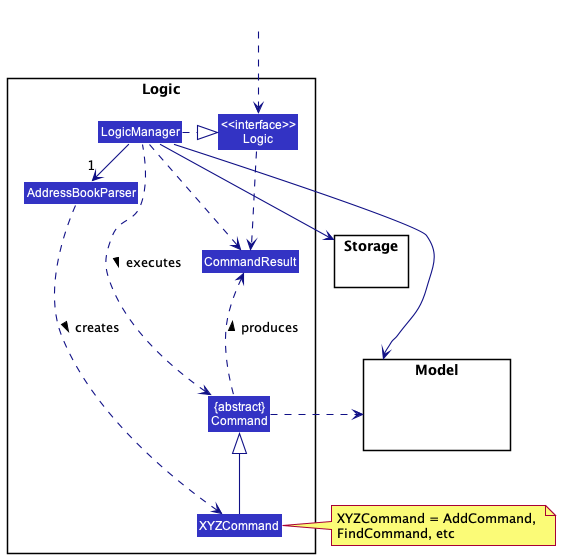
The PlantUML diagram docs/images/LogicClassDiagram.png in nus-cs2103-AY2223S2/tp, before a commit.
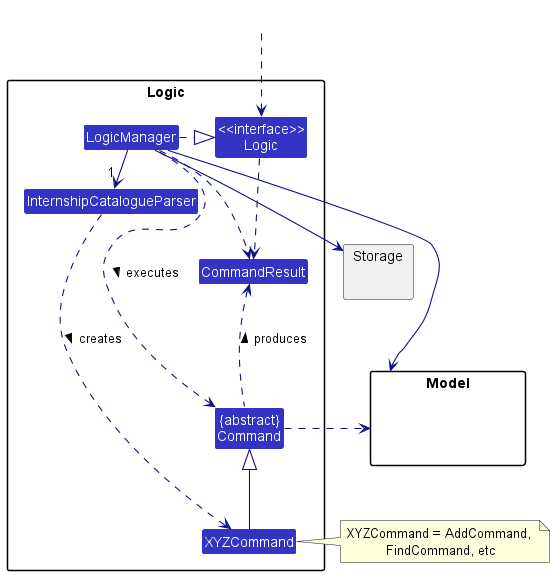
Above is the later version.

Commit message:
Add implementation details for Select Command and Update Logic component details

Change to the diagram source:
```diff
@@ -6,7 +6,7 @@
 
 package Logic {
 
-Class AddressBookParser
+Class InternshipCatalogueParser
 Class XYZCommand
 Class CommandResult
 Class "{abstract}\nCommand" as Command
@@ -27,8 +27,8 @@
 HiddenOutside ..> Logic
 
 LogicManager .right.|> Logic
-LogicManager -right->"1" AddressBookParser
-AddressBookParser ..> XYZCommand : creates >
+LogicManager -right->"1" InternshipCatalogueParser
+InternshipCatalogueParser ..> XYZCommand : creates >
 
 XYZCommand -up-|> Command
 LogicManager .left.> Command : executes >
```
